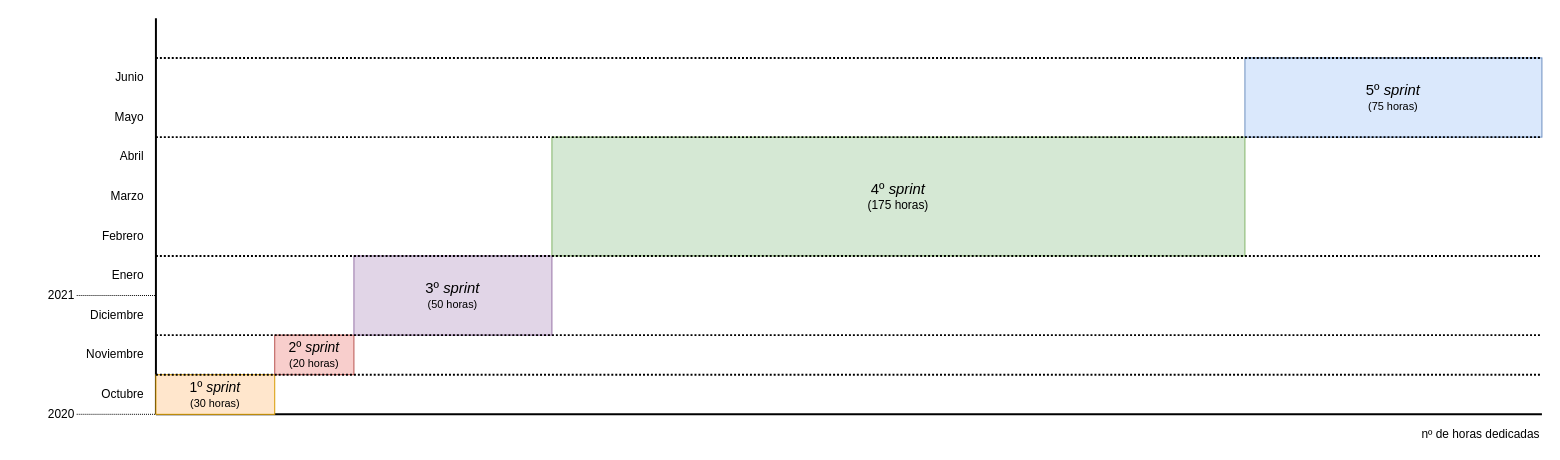
The draw.io diagram Memoria/diagramas/timeline.drawio in Geadalu/MisNotas, before the edit. Source tidied: cells renumbered, new cells numbered last; positions are measured from the earlier drawing's top-left corner, leaving out a move shared by most shapes. Both pictures are drawn from the tidied source at 99%, with x=0, y=0 at pixel (17, 18).
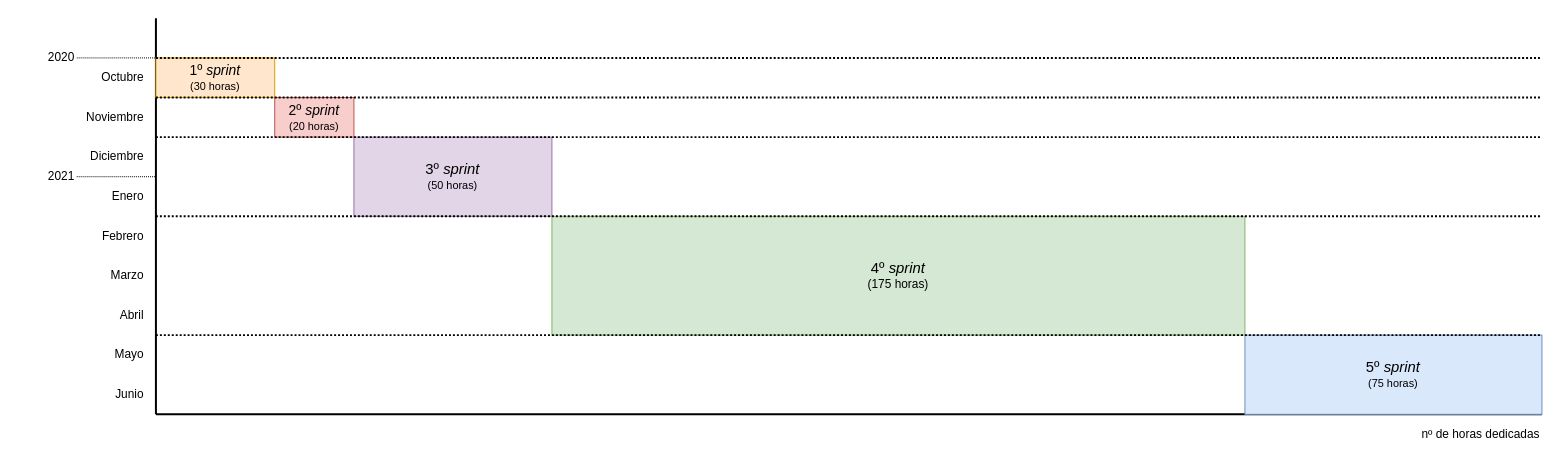
The same diagram, later.

Diff of the diagram source:
```diff
@@
     <mxCell id="4" value="Octubre" style="text;html=1;strokeColor=none;fillColor=none;align=right;verticalAlign=middle;whiteSpace=wrap;rounded=0;imageAlign=right;sketch=0;" parent="1" vertex="1">
-      <mxGeometry x="80" y="370" width="50" height="20" as="geometry" />
+      <mxGeometry x="80" y="50" width="50" height="20" as="geometry" />
     </mxCell>
     <mxCell id="5" value="Noviembre" style="text;html=1;strokeColor=none;fillColor=none;align=right;verticalAlign=middle;whiteSpace=wrap;rounded=0;imageAlign=right;sketch=0;" parent="1" vertex="1">
-      <mxGeometry x="70" y="330" width="60" height="20" as="geometry" />
+      <mxGeometry x="70" y="90" width="60" height="20" as="geometry" />
     </mxCell>
     <mxCell id="6" value="Diciembre" style="text;html=1;strokeColor=none;fillColor=none;align=right;verticalAlign=middle;whiteSpace=wrap;rounded=0;imageAlign=right;sketch=0;" parent="1" vertex="1">
-      <mxGeometry x="70" y="290" width="60" height="20" as="geometry" />
+      <mxGeometry x="70" y="130" width="60" height="20" as="geometry" />
     </mxCell>
     <mxCell id="7" value="Enero" style="text;html=1;strokeColor=none;fillColor=none;align=right;verticalAlign=middle;whiteSpace=wrap;rounded=0;imageAlign=right;sketch=0;" parent="1" vertex="1">
-      <mxGeometry x="70" y="250" width="60" height="20" as="geometry" />
+      <mxGeometry x="70" y="170" width="60" height="20" as="geometry" />
     </mxCell>
@@
     <mxCell id="9" value="Marzo" style="text;html=1;strokeColor=none;fillColor=none;align=right;verticalAlign=middle;whiteSpace=wrap;rounded=0;imageAlign=right;sketch=0;" parent="1" vertex="1">
-      <mxGeometry x="70" y="170" width="60" height="20" as="geometry" />
+      <mxGeometry x="70" y="250" width="60" height="20" as="geometry" />
     </mxCell>
     <mxCell id="10" value="Abril" style="text;html=1;strokeColor=none;fillColor=none;align=right;verticalAlign=middle;whiteSpace=wrap;rounded=0;imageAlign=right;sketch=0;" parent="1" vertex="1">
-      <mxGeometry x="70" y="130" width="60" height="20" as="geometry" />
+      <mxGeometry x="70" y="290" width="60" height="20" as="geometry" />
     </mxCell>
     <mxCell id="11" value="Mayo" style="text;html=1;strokeColor=none;fillColor=none;align=right;verticalAlign=middle;whiteSpace=wrap;rounded=0;imageAlign=right;sketch=0;" parent="1" vertex="1">
-      <mxGeometry x="70" y="90" width="60" height="20" as="geometry" />
+      <mxGeometry x="70" y="330" width="60" height="20" as="geometry" />
     </mxCell>
     <mxCell id="12" value="Junio" style="text;html=1;strokeColor=none;fillColor=none;align=right;verticalAlign=middle;whiteSpace=wrap;rounded=0;imageAlign=right;sketch=0;" parent="1" vertex="1">
-      <mxGeometry x="70" y="50" width="60" height="20" as="geometry" />
+      <mxGeometry x="70" y="370" width="60" height="20" as="geometry" />
     </mxCell>
@@
     <mxCell id="14" value="&lt;font style=&quot;font-size: 14px&quot;&gt;1º &lt;i&gt;sprint&lt;/i&gt;&lt;/font&gt;&lt;br&gt;&lt;font style=&quot;font-size: 11px&quot;&gt;(30 horas)&lt;/font&gt;" style="rounded=0;whiteSpace=wrap;html=1;sketch=0;align=center;fillColor=#ffe6cc;strokeColor=#d79b00;" parent="1" vertex="1">
-      <mxGeometry x="140" y="360" width="120" height="40" as="geometry" />
+      <mxGeometry x="140" y="40" width="120" height="40" as="geometry" />
     </mxCell>
     <mxCell id="15" value="&lt;font style=&quot;font-size: 14px&quot;&gt;2º &lt;i&gt;sprint&lt;/i&gt;&lt;/font&gt;&lt;br&gt;&lt;font style=&quot;font-size: 11px&quot;&gt;(20 horas)&lt;/font&gt;" style="rounded=0;whiteSpace=wrap;html=1;sketch=0;align=center;fillColor=#f8cecc;strokeColor=#b85450;" parent="1" vertex="1">
-      <mxGeometry x="260" y="320" width="80" height="40" as="geometry" />
+      <mxGeometry x="260" y="80" width="80" height="40" as="geometry" />
     </mxCell>
     <mxCell id="16" value="&lt;font style=&quot;font-size: 15px&quot;&gt;3º &lt;i&gt;sprint&lt;/i&gt;&lt;/font&gt;&lt;br&gt;&lt;font style=&quot;font-size: 11px&quot;&gt;(50 horas)&lt;/font&gt;" style="rounded=0;whiteSpace=wrap;html=1;sketch=0;align=center;fillColor=#e1d5e7;strokeColor=#9673a6;" parent="1" vertex="1">
-      <mxGeometry x="340" y="240" width="200" height="80" as="geometry" />
+      <mxGeometry x="340" y="120" width="200" height="80" as="geometry" />
     </mxCell>
     <mxCell id="17" value="&lt;font&gt;&lt;span style=&quot;font-size: 15px&quot;&gt;4º &lt;/span&gt;&lt;i style=&quot;font-size: 15px&quot;&gt;sprint&lt;/i&gt;&lt;br&gt;&lt;font style=&quot;font-size: 12px&quot;&gt;(175 horas)&lt;/font&gt;&lt;/font&gt;" style="rounded=0;whiteSpace=wrap;html=1;sketch=0;align=center;fillColor=#d5e8d4;strokeColor=#82b366;" parent="1" vertex="1">
-      <mxGeometry x="540" y="120" width="700" height="120" as="geometry" />
+      <mxGeometry x="540" y="200" width="700" height="120" as="geometry" />
     </mxCell>
     <mxCell id="18" value="&lt;font style=&quot;font-size: 15px&quot;&gt;5º &lt;i&gt;sprint&lt;/i&gt;&lt;/font&gt;&lt;br&gt;&lt;font style=&quot;font-size: 11px&quot;&gt;(75 horas)&lt;/font&gt;" style="rounded=0;whiteSpace=wrap;html=1;sketch=0;align=center;fillColor=#dae8fc;strokeColor=#6c8ebf;" parent="1" vertex="1">
-      <mxGeometry x="1240" y="40" width="300" height="80" as="geometry" />
+      <mxGeometry x="1240" y="320" width="300" height="80" as="geometry" />
     </mxCell>
     <mxCell id="19" style="endArrow=none;dashed=1;html=1;fontSize=17;strokeWidth=1;dashPattern=1 1;" parent="1" edge="1">
       <mxGeometry relative="1" as="geometry">
-        <mxPoint x="60" y="280" as="sourcePoint" />
-        <mxPoint x="140" y="280" as="targetPoint" />
+        <mxPoint x="60" y="160" as="sourcePoint" />
+        <mxPoint x="140" y="160" as="targetPoint" />
       </mxGeometry>
     </mxCell>
     <mxCell id="20" value="2021" style="text;html=1;strokeColor=none;fillColor=none;align=right;verticalAlign=middle;whiteSpace=wrap;rounded=0;imageAlign=right;sketch=0;" parent="1" vertex="1">
-      <mxGeometry y="270" width="60" height="20" as="geometry" />
+      <mxGeometry y="150" width="60" height="20" as="geometry" />
     </mxCell>
     <mxCell id="21" style="endArrow=none;dashed=1;html=1;fontSize=17;strokeWidth=1;dashPattern=1 1;" parent="1" edge="1">
       <mxGeometry relative="1" as="geometry">
-        <mxPoint x="60" y="400" as="sourcePoint" />
-        <mxPoint x="140" y="400" as="targetPoint" />
+        <mxPoint x="60" y="40" as="sourcePoint" />
+        <mxPoint x="140" y="40" as="targetPoint" />
       </mxGeometry>
     </mxCell>
     <mxCell id="22" value="2020" style="text;html=1;strokeColor=none;fillColor=none;align=right;verticalAlign=middle;whiteSpace=wrap;rounded=0;imageAlign=right;sketch=0;" parent="1" vertex="1">
-      <mxGeometry y="390" width="60" height="20" as="geometry" />
+      <mxGeometry y="30" width="60" height="20" as="geometry" />
     </mxCell>
-    <mxCell id="23" style="endArrow=none;dashed=1;html=1;dashPattern=1 1;fontSize=17;strokeWidth=2;exitX=0;exitY=0;exitDx=0;exitDy=0;" parent="1" edge="1" source="14">
+    <mxCell id="23" style="endArrow=none;dashed=1;html=1;dashPattern=1 1;fontSize=17;strokeWidth=2;" parent="1" edge="1">
       <mxGeometry relative="1" as="geometry">
-        <mxPoint x="1540" y="360" as="targetPoint" />
+        <mxPoint x="140" y="120" as="sourcePoint" />
+        <mxPoint x="1540" y="120" as="targetPoint" />
       </mxGeometry>
     </mxCell>
@@
     <mxCell id="25" style="endArrow=none;dashed=1;html=1;dashPattern=1 1;fontSize=17;strokeWidth=2;exitX=0;exitY=0;exitDx=0;exitDy=0;" parent="1" edge="1">
       <mxGeometry relative="1" as="geometry">
-        <mxPoint x="140" y="240" as="sourcePoint" />
-        <mxPoint x="1540" y="240" as="targetPoint" />
+        <mxPoint x="140" y="200" as="sourcePoint" />
+        <mxPoint x="1540" y="200" as="targetPoint" />
       </mxGeometry>
     </mxCell>
     <mxCell id="26" style="endArrow=none;dashed=1;html=1;dashPattern=1 1;fontSize=17;strokeWidth=2;exitX=0;exitY=0;exitDx=0;exitDy=0;" parent="1" edge="1">
       <mxGeometry relative="1" as="geometry">
-        <mxPoint x="140" y="120" as="sourcePoint" />
-        <mxPoint x="1540" y="120" as="targetPoint" />
+        <mxPoint x="140" y="80" as="sourcePoint" />
+        <mxPoint x="1540" y="80" as="targetPoint" />
       </mxGeometry>
     </mxCell>
```
